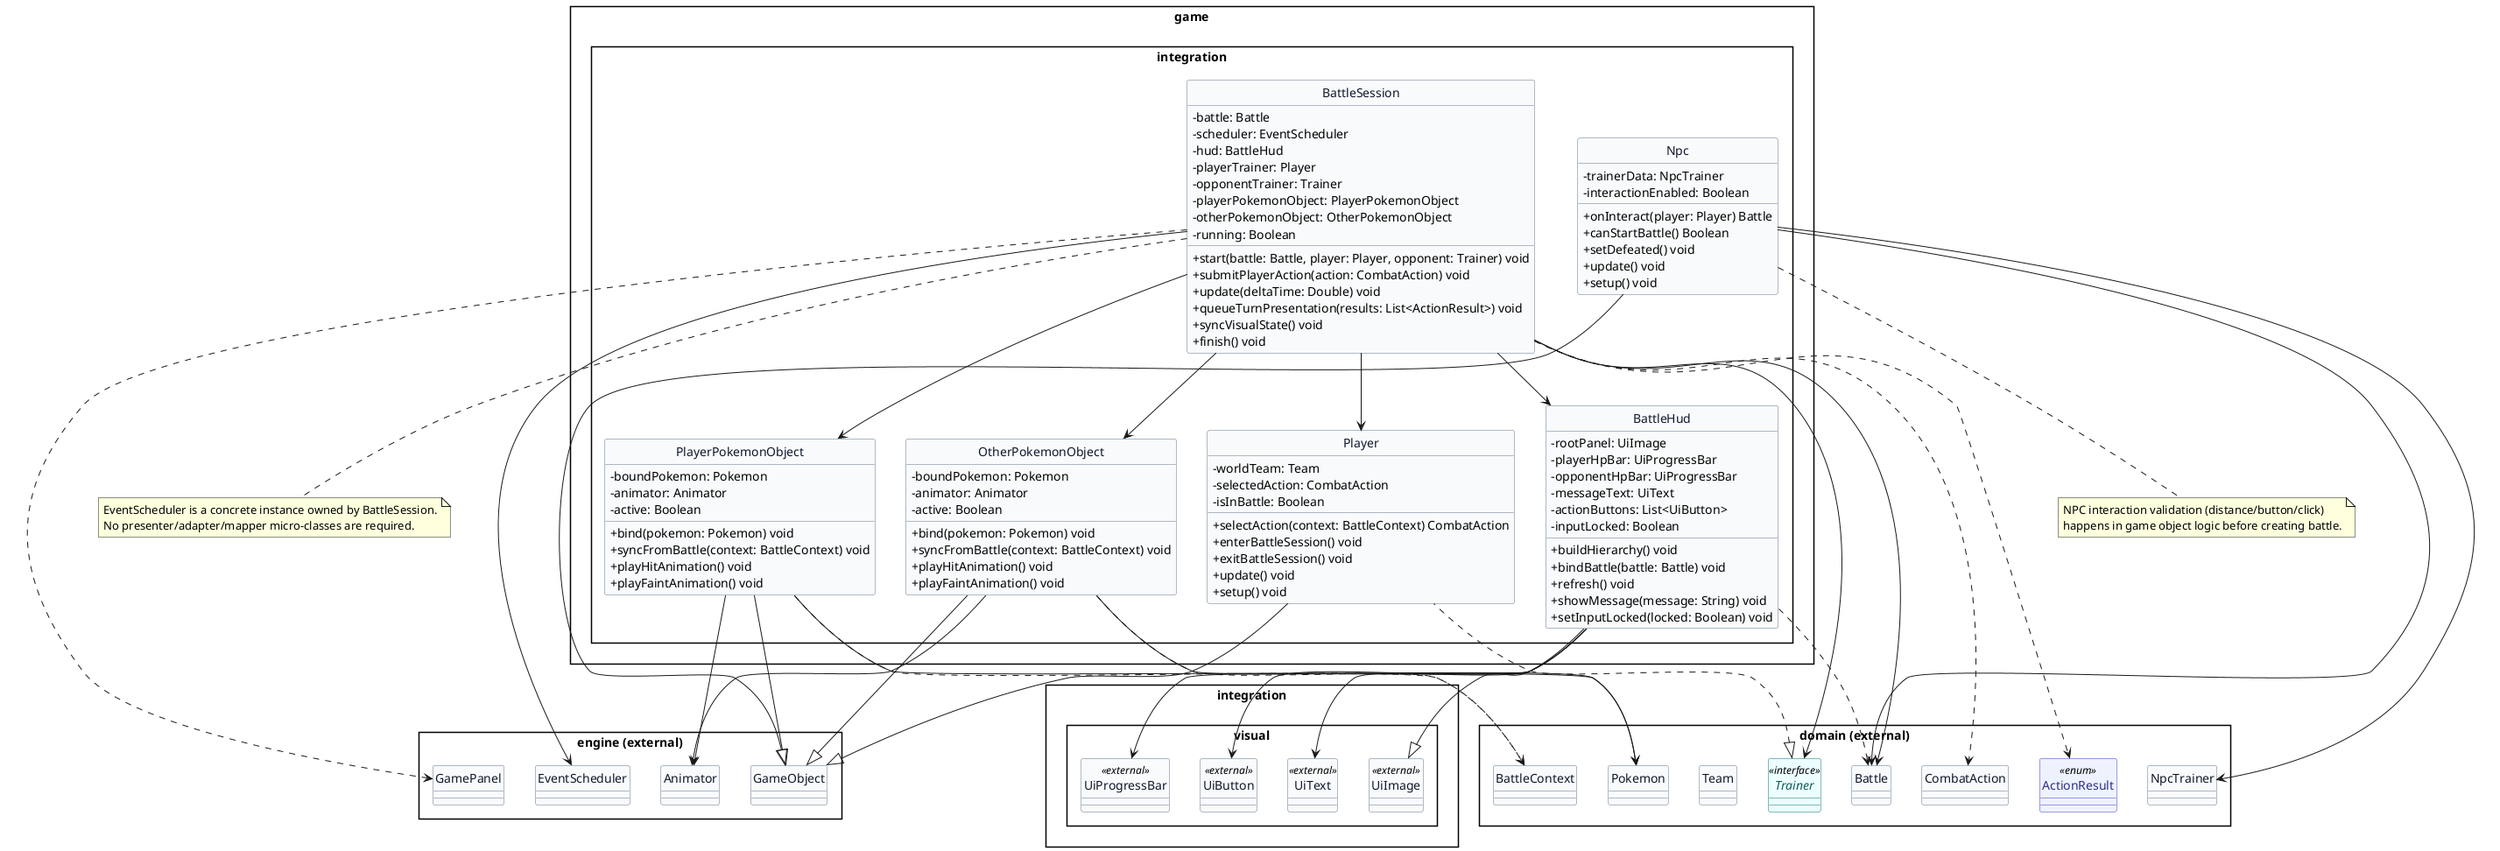
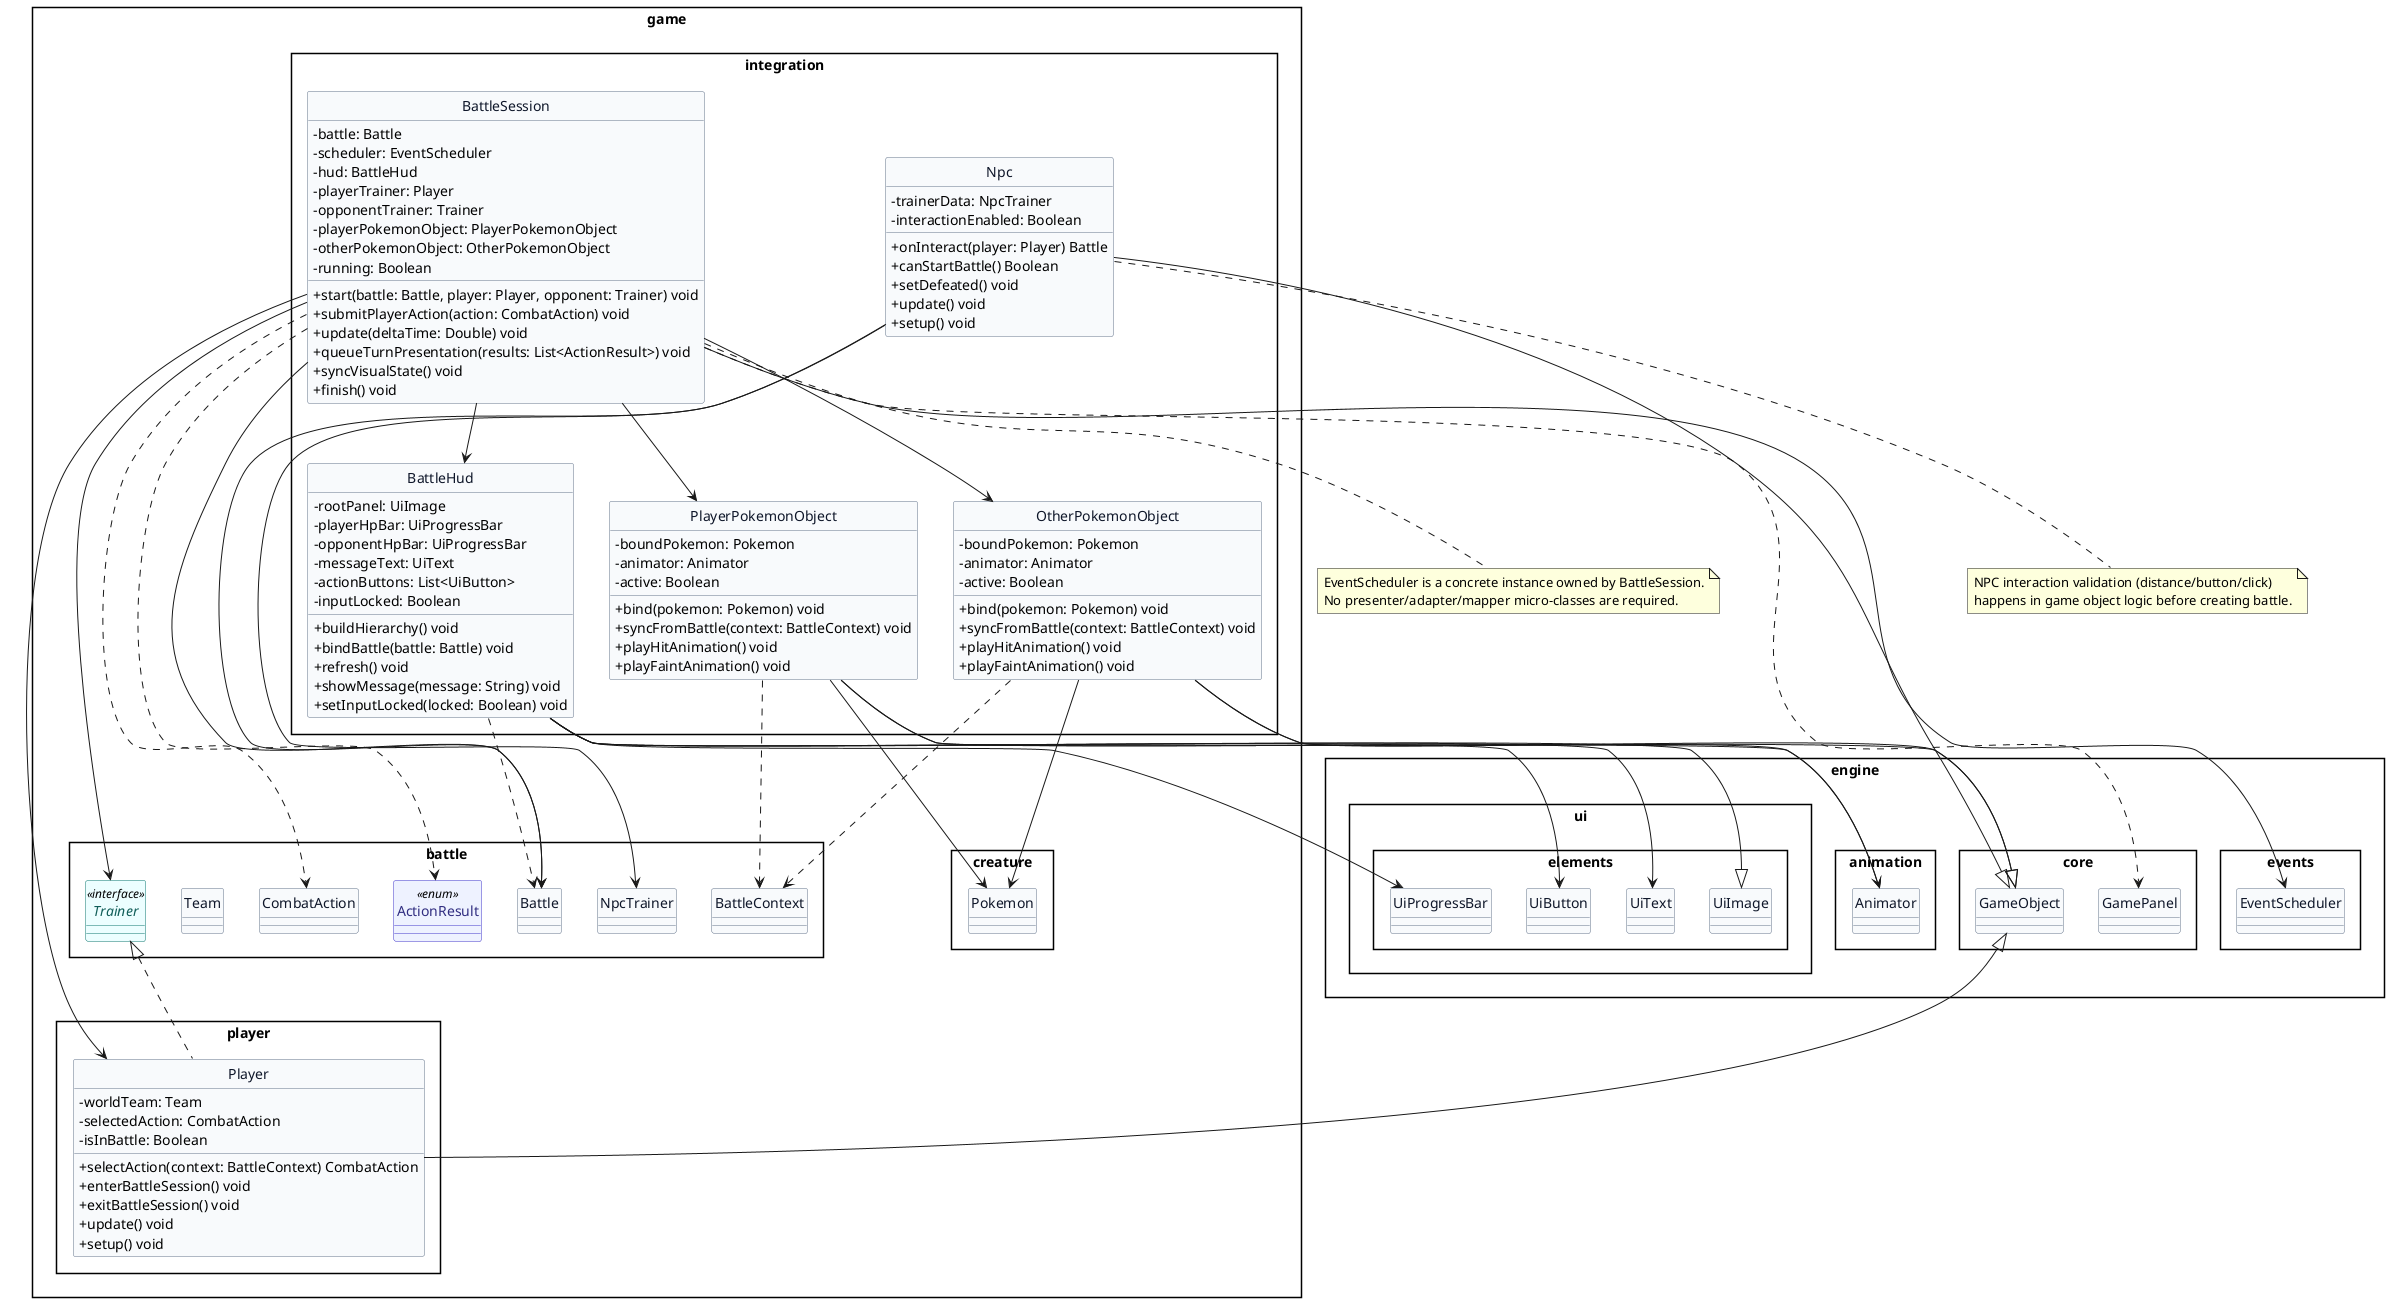
- @startuml domain_engine_integration
+ @startuml engine_integration
skinparam style strictuml
skinparam packageStyle rectangle
skinparam shadowing false
skinparam classAttributeIconSize 0

skinparam class {
    BackgroundColor #F8FAFC
    BorderColor #64748B
    FontColor #0F172A
}

skinparam class<<abstract>> {
    BackgroundColor #FFF7ED
    BorderColor #C2410C
    FontColor #9A3412
}

skinparam class<<interface>> {
    BackgroundColor #ECFEFF
    BorderColor #0F766E
    FontColor #115E59
}

skinparam class<<enum>> {
    BackgroundColor #EEF2FF
    BorderColor #4338CA
    FontColor #312E81
}

package "game.integration" {
    class BattleSession #F8FAFC {
        -battle: Battle
        -scheduler: EventScheduler
        -hud: BattleHud
        -playerTrainer: Player
        -opponentTrainer: Trainer
        -playerPokemonObject: PlayerPokemonObject
        -otherPokemonObject: OtherPokemonObject
        -running: Boolean
        +start(battle: Battle, player: Player, opponent: Trainer) void
        +submitPlayerAction(action: CombatAction) void
        +update(deltaTime: Double) void
        +queueTurnPresentation(results: List<ActionResult>) void
        +syncVisualState() void
        +finish() void
    }

    class BattleHud #F8FAFC {
        -rootPanel: UiImage
        -playerHpBar: UiProgressBar
        -opponentHpBar: UiProgressBar
        -messageText: UiText
        -actionButtons: List<UiButton>
        -inputLocked: Boolean
        +buildHierarchy() void
        +bindBattle(battle: Battle) void
        +refresh() void
        +showMessage(message: String) void
        +setInputLocked(locked: Boolean) void
    }

    class PlayerPokemonObject #F8FAFC {
        -boundPokemon: Pokemon
        -animator: Animator
        -active: Boolean
        +bind(pokemon: Pokemon) void
        +syncFromBattle(context: BattleContext) void
        +playHitAnimation() void
        +playFaintAnimation() void
    }

    class OtherPokemonObject #F8FAFC {
        -boundPokemon: Pokemon
        -animator: Animator
        -active: Boolean
        +bind(pokemon: Pokemon) void
        +syncFromBattle(context: BattleContext) void
        +playHitAnimation() void
        +playFaintAnimation() void
    }

-     class Player #F8FAFC {
-         -worldTeam: Team
-         -selectedAction: CombatAction
-         -isInBattle: Boolean
-         +selectAction(context: BattleContext) CombatAction
-         +enterBattleSession() void
-         +exitBattleSession() void
-         +update() void
-         +setup() void
-     }
- 
    class Npc #F8FAFC {
        -trainerData: NpcTrainer
        -interactionEnabled: Boolean
        +onInteract(player: Player) Battle
        +canStartBattle() Boolean
        +setDefeated() void
        +update() void
        +setup() void
    }
}

- package "integration.visual" {
-     class UiImage <<external>> #F8FAFC
-     class UiText <<external>> #F8FAFC
-     class UiButton <<external>> #F8FAFC
-     class UiProgressBar <<external>> #F8FAFC
+ package "game.player" {
+     class Player #F8FAFC {
+         -worldTeam: Team
+         -selectedAction: CombatAction
+         -isInBattle: Boolean
+         +selectAction(context: BattleContext) CombatAction
+         +enterBattleSession() void
+         +exitBattleSession() void
+         +update() void
+         +setup() void
+     }
}

- package "domain (external)" {
+ package "game.battle" {
    interface Trainer <<interface>> #ECFEFF
    class Battle #F8FAFC
    class BattleContext #F8FAFC
    class CombatAction #F8FAFC
    enum ActionResult <<enum>> #EEF2FF
    class Team #F8FAFC
-     class Pokemon #F8FAFC
    class NpcTrainer #F8FAFC
}

- package "engine (external)" {
+ package "game.creature" {
+     class Pokemon #F8FAFC
+ }
+ 
+ package "engine.core" {
    class GameObject #F8FAFC
    class GamePanel #F8FAFC
+ }
+ 
+ package "engine.events" {
    class EventScheduler #F8FAFC
+ }
+ 
+ package "engine.animation" {
    class Animator #F8FAFC
+ }
+ 
+ package "engine.ui.elements" {
+     class UiImage #F8FAFC
+     class UiText #F8FAFC
+     class UiButton #F8FAFC
+     class UiProgressBar #F8FAFC
}

Player --|> GameObject
Npc --|> GameObject
PlayerPokemonObject --|> GameObject
OtherPokemonObject --|> GameObject
BattleHud --|> UiImage

Trainer <|.. Player

BattleSession --> Battle
BattleSession --> EventScheduler
BattleSession --> BattleHud
BattleSession --> PlayerPokemonObject
BattleSession --> OtherPokemonObject
BattleSession --> Player
BattleSession --> Trainer
BattleSession ..> CombatAction
BattleSession ..> ActionResult

BattleHud --> UiProgressBar
BattleHud --> UiText
BattleHud --> UiButton
BattleHud ..> Battle

PlayerPokemonObject --> Animator
OtherPokemonObject --> Animator
PlayerPokemonObject --> Pokemon
OtherPokemonObject --> Pokemon
PlayerPokemonObject ..> BattleContext
OtherPokemonObject ..> BattleContext

Npc --> NpcTrainer
Npc --> Battle

BattleSession ..> GamePanel

note bottom of BattleSession
EventScheduler is a concrete instance owned by BattleSession.
No presenter/adapter/mapper micro-classes are required.
end note

note bottom of Npc
NPC interaction validation (distance/button/click)
happens in game object logic before creating battle.
end note

@enduml
